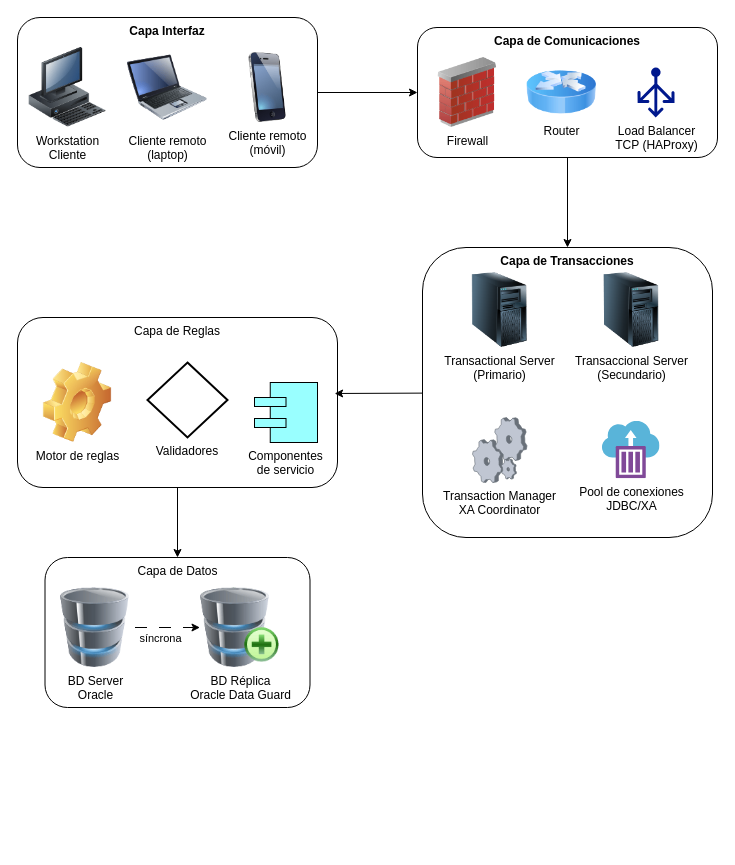
The draw.io diagram docs/TP3-Diagrama.drawio in linkstat/dabd, before the edit. Source tidied: cells renumbered, new cells numbered last; positions are measured from the earlier drawing's top-left corner, leaving out a move shared by most shapes. Both pictures are drawn from the tidied source at 100%, with x=0, y=0 at pixel (17, 17).
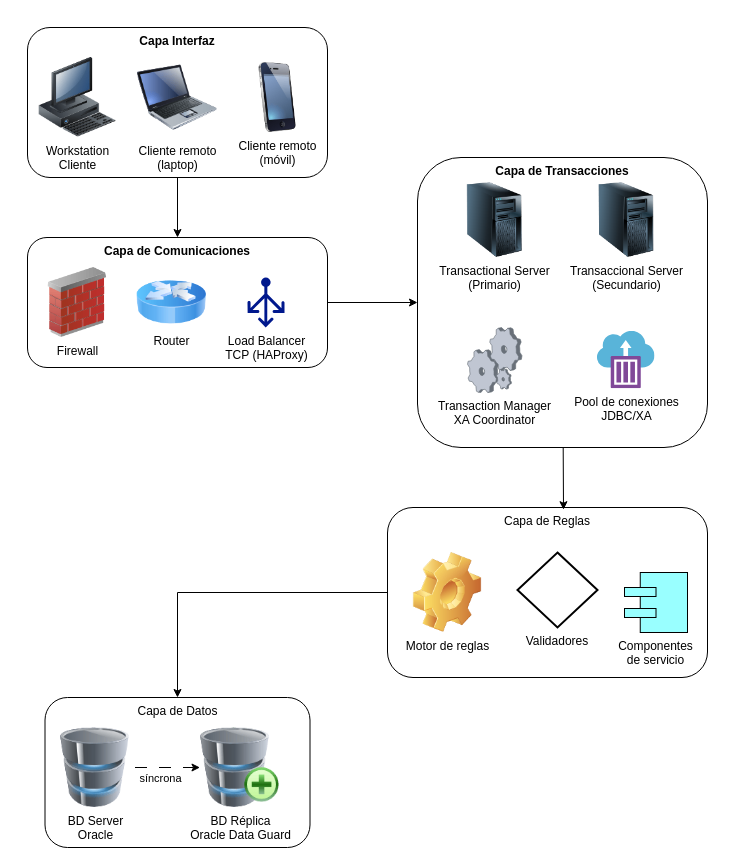
After the change.

The change refers to these unchanged cells:
```xml
<mxCell id="3" value="Capa de Reglas" style="rounded=1;whiteSpace=wrap;html=1;verticalAlign=top;labelBackgroundColor=none;" parent="2" vertex="1">
  <mxGeometry width="320" height="170" as="geometry" />
</mxCell>
<mxCell id="9" value="&lt;b&gt;Capa Interfaz&lt;/b&gt;" style="rounded=1;whiteSpace=wrap;html=1;verticalAlign=top;labelBackgroundColor=none;" parent="8" vertex="1">
  <mxGeometry width="300" height="150" as="geometry" />
</mxCell>
<mxCell id="14" value="&lt;b&gt;Capa de Comunicaciones&lt;/b&gt;" style="rounded=1;whiteSpace=wrap;html=1;verticalAlign=top;align=center;labelBackgroundColor=none;" parent="13" vertex="1">
  <mxGeometry width="300" height="130" as="geometry" />
</mxCell>
<mxCell id="28" value="&lt;b&gt;Capa de Transacciones&lt;/b&gt;" style="rounded=1;whiteSpace=wrap;html=1;verticalAlign=top;labelBackgroundColor=none;" parent="27" vertex="1">
  <mxGeometry width="290" height="290" as="geometry" />
</mxCell>
```

Change to the diagram source:
```diff
@@
     <mxCell id="2" style="group;" parent="1" vertex="1">
-      <mxGeometry y="300" width="320" height="170" as="geometry" />
+      <mxGeometry x="370" y="490" width="320" height="170" as="geometry" />
     </mxCell>
@@
-    <mxCell id="7" style="rounded=0;jettySize=auto;html=1;entryX=0;entryY=0.5;entryDx=0;entryDy=0;" parent="1" edge="1" source="9" target="14">
-      <mxGeometry relative="1" as="geometry" />
-    </mxCell>
-    <mxCell id="8" style="group;" parent="1" vertex="1">
-      <mxGeometry width="300" height="150" as="geometry" />
+    <mxCell id="8" style="group;shadow=0;glass=0;rounded=0;" parent="1" vertex="1">
+      <mxGeometry x="10" y="10" width="300" height="150" as="geometry" />
     </mxCell>
@@
     <mxCell id="13" style="group;" parent="1" vertex="1">
-      <mxGeometry x="400" y="10" width="300" height="130" as="geometry" />
+      <mxGeometry x="10" y="220" width="300" height="130" as="geometry" />
     </mxCell>
@@
-    <mxCell id="18" style="edgeStyle=orthogonalEdgeStyle;rounded=0;jettySize=auto;html=1;" parent="1" edge="1" source="14" target="28">
+    <mxCell id="18" style="rounded=0;jettySize=auto;html=1;" parent="1" edge="1" source="14" target="28">
       <mxGeometry relative="1" as="geometry" />
     </mxCell>
-    <mxCell id="19" style="rounded=0;jettySize=auto;html=1;entryX=0.991;entryY=0.447;entryDx=0;entryDy=0;entryPerimeter=0;" parent="1" edge="1" source="28" target="3">
-      <mxGeometry relative="1" as="geometry" />
-    </mxCell>
@@
     <mxCell id="21" style="group;" parent="1" vertex="1">
-      <mxGeometry x="27.5" y="540" width="265" height="150" as="geometry" />
+      <mxGeometry x="27.5" y="680" width="265" height="150" as="geometry" />
     </mxCell>
@@
     <mxCell id="27" style="group;" parent="1" vertex="1">
-      <mxGeometry x="405" y="230" width="290" height="290" as="geometry" />
+      <mxGeometry x="400" y="140" width="290" height="290" as="geometry" />
     </mxCell>
@@
+    <mxCell id="7" style="edgeStyle=orthogonalEdgeStyle;rounded=0;jettySize=auto;html=1;entryX=0.5;entryY=0;entryDx=0;entryDy=0;" parent="1" edge="1" source="9" target="14">
+      <mxGeometry relative="1" as="geometry" />
+    </mxCell>
+    <mxCell id="19" style="rounded=0;jettySize=auto;html=1;entryX=0.55;entryY=0.013;entryDx=0;entryDy=0;entryPerimeter=0;" parent="1" edge="1" source="28" target="3">
+      <mxGeometry relative="1" as="geometry" />
+    </mxCell>
```
